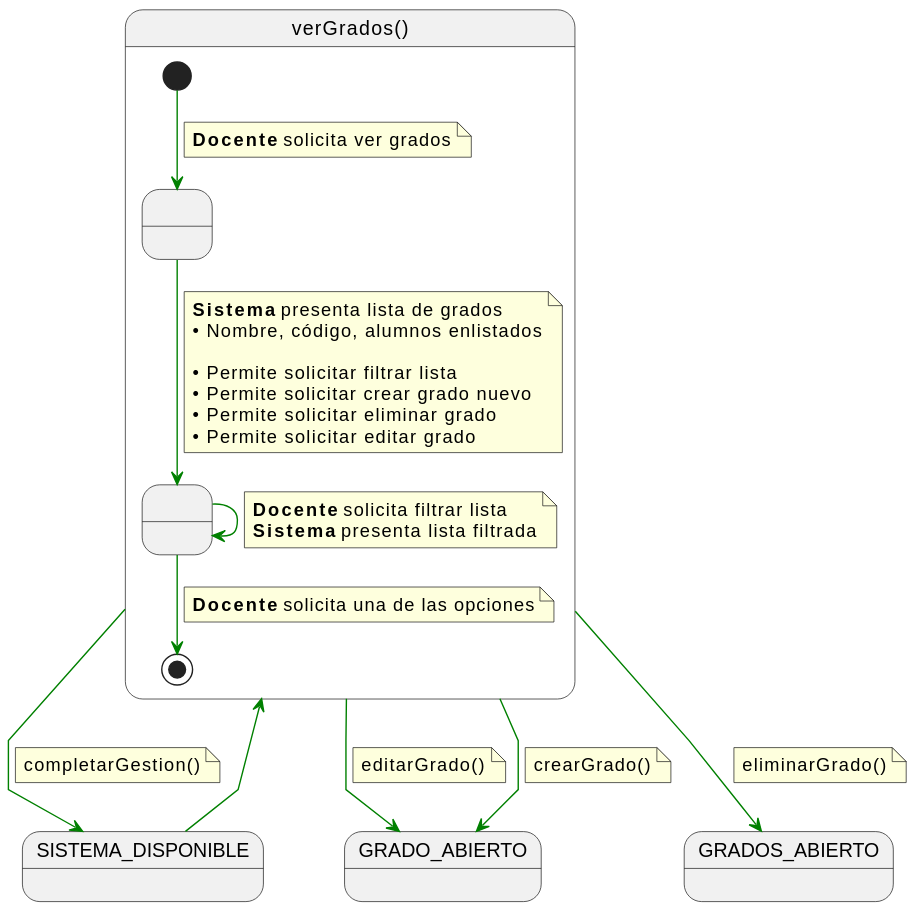
martinlopez7/25-26-IdSw1-SdR keeps this PlantUML diagram as documents/casos-de-uso/detalladoCasosDeUso/verGrados/verGrados.svg. Above is the earlier version. Source of this version:
```plantuml
@startuml
skinparam linetype polyline

state verGrados as "verGrados()" {

    state " " as MostrandoGrados
    state " " as FiltrandoGrados

    [*] -[#green]-> MostrandoGrados
    note on link
    <b>Docente</b> solicita ver grados
    end note

    MostrandoGrados -[#green]-> FiltrandoGrados
    note on link
    <b>Sistema</b> presenta lista de grados
    • Nombre, código, alumnos enlistados

    • Permite solicitar filtrar lista
    • Permite solicitar crear grado nuevo
    • Permite solicitar eliminar grado
    • Permite solicitar editar grado
    end note

    FiltrandoGrados -[#green]-> FiltrandoGrados
    note on link
    <b>Docente</b> solicita filtrar lista
    <b>Sistema</b> presenta lista filtrada
    end note

    FiltrandoGrados -[#green]-> [*]
    note on link
    <b>Docente</b> solicita una de las opciones
    end note
}

SISTEMA_DISPONIBLE -[#green]-> verGrados

verGrados -[#green]-> GRADO_ABIERTO
note on link
editarGrado()
end note

verGrados -[#green]-> GRADO_ABIERTO
note on link
crearGrado()
end note

verGrados -[#green]-> GRADOS_ABIERTO
note on link
eliminarGrado()
end note

verGrados -[#green]-> SISTEMA_DISPONIBLE
note on link
completarGestion()
end note
@enduml
```
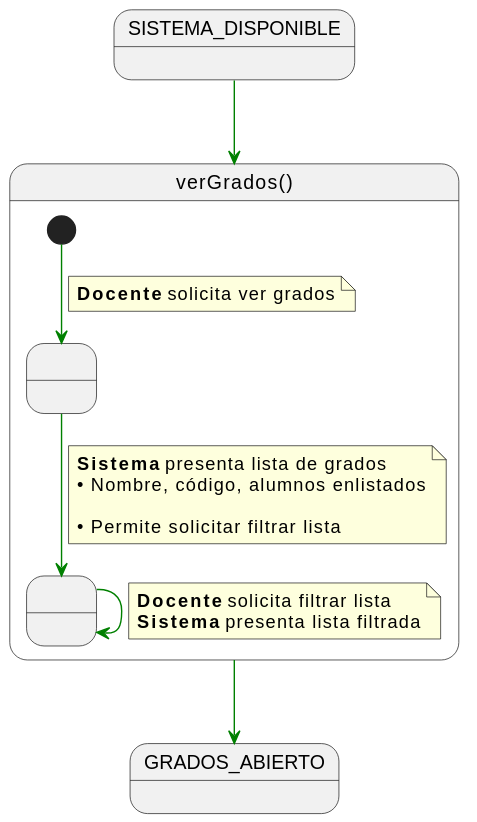
The same diagram one commit later.

The edit, as a diff of the source:
```diff
@@ -17,9 +17,6 @@
     • Nombre, código, alumnos enlistados
 
     • Permite solicitar filtrar lista
-    • Permite solicitar crear grado nuevo
-    • Permite solicitar eliminar grado
-    • Permite solicitar editar grado
     end note
 
     FiltrandoGrados -[#green]-> FiltrandoGrados
@@ -28,31 +25,9 @@
     <b>Sistema</b> presenta lista filtrada
     end note
 
-    FiltrandoGrados -[#green]-> [*]
-    note on link
-    <b>Docente</b> solicita una de las opciones
-    end note
 }
 
 SISTEMA_DISPONIBLE -[#green]-> verGrados
 
-verGrados -[#green]-> GRADO_ABIERTO
-note on link
-editarGrado()
-end note
-
-verGrados -[#green]-> GRADO_ABIERTO
-note on link
-crearGrado()
-end note
-
 verGrados -[#green]-> GRADOS_ABIERTO
-note on link
-eliminarGrado()
-end note
-
-verGrados -[#green]-> SISTEMA_DISPONIBLE
-note on link
-completarGestion()
-end note
 @enduml
```
